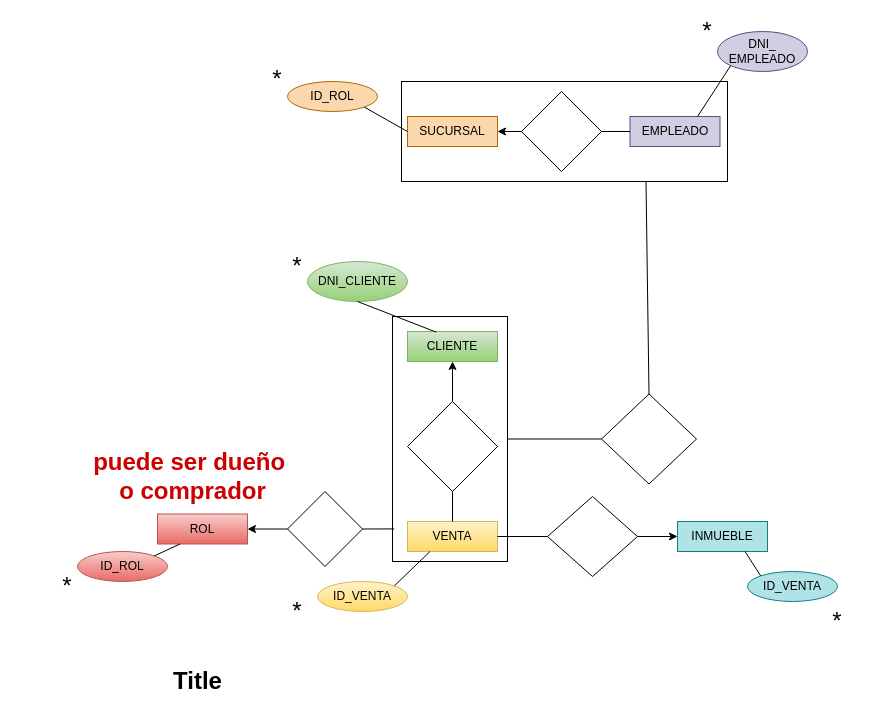
Before: INMUEBLE.drawio in hachazo/db-Tp1, a draw.io diagram. Source tidied: cells renumbered, new cells numbered last; positions are measured from the earlier drawing's top-left corner, leaving out a move shared by most shapes. Both pictures are drawn from the tidied source at 100%, with x=0, y=0 at pixel (37, 21).
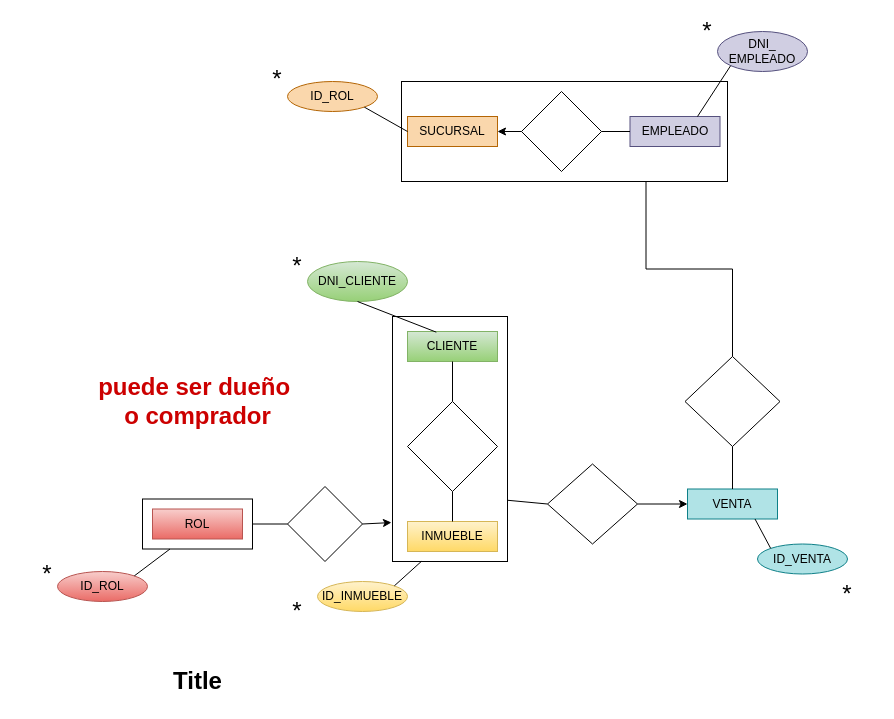
The same diagram, later.

The change refers to these unchanged cells:
```xml
<mxCell id="2" style="rounded=0;whiteSpace=wrap;html=1;" parent="1" vertex="1">
  <mxGeometry x="364" y="60" width="326" height="100" as="geometry" />
</mxCell>
<mxCell id="3" style="rounded=0;whiteSpace=wrap;html=1;" parent="1" vertex="1">
  <mxGeometry x="355" y="295" width="115" height="245" as="geometry" />
</mxCell>
<mxCell id="4" value="&lt;font color=&quot;#000000&quot;&gt;CLIENTE&lt;/font&gt;" style="rounded=0;whiteSpace=wrap;html=1;fillColor=#d5e8d4;strokeColor=#82b366;gradientColor=#97d077;" parent="1" vertex="1">
  <mxGeometry x="370" y="310" width="90" height="30" as="geometry" />
</mxCell>
<mxCell id="6" style="rhombus;whiteSpace=wrap;html=1;" parent="1" vertex="1">
  <mxGeometry x="370" y="380" width="90" height="90" as="geometry" />
</mxCell>
```

The edit, as a diff of the source:
```diff
@@
+    <mxCell id="45" style="rounded=0;whiteSpace=wrap;html=1;direction=south;" parent="1" vertex="1">
+      <mxGeometry x="105" y="477.5" width="110" height="50" as="geometry" />
+    </mxCell>
@@
-    <mxCell id="5" value="&lt;font color=&quot;#000000&quot;&gt;VENTA&lt;/font&gt;" style="rounded=0;whiteSpace=wrap;html=1;fillColor=#fff2cc;strokeColor=#d6b656;gradientColor=#ffd966;" parent="1" vertex="1">
+    <mxCell id="5" value="&lt;font color=&quot;#000000&quot;&gt;INMUEBLE&lt;/font&gt;" style="rounded=0;whiteSpace=wrap;html=1;fillColor=#fff2cc;strokeColor=#d6b656;gradientColor=#ffd966;" parent="1" vertex="1">
       <mxGeometry x="370" y="500" width="90" height="30" as="geometry" />
     </mxCell>
@@
-    <mxCell id="8" style="endArrow=classic;html=1;rounded=0;entryX=0.5;entryY=1;entryDx=0;entryDy=0;" parent="1" edge="1" source="6" target="4">
-      <mxGeometry relative="1" as="geometry" />
-    </mxCell>
-    <mxCell id="9" value="&lt;font color=&quot;#000000&quot;&gt;INMUEBLE&lt;/font&gt;" style="rounded=0;whiteSpace=wrap;html=1;fillColor=#b0e3e6;strokeColor=#0e8088;" parent="1" vertex="1">
-      <mxGeometry x="640" y="500" width="90" height="30" as="geometry" />
+    <mxCell id="9" value="&lt;font color=&quot;#000000&quot;&gt;VENTA&lt;/font&gt;" style="rounded=0;whiteSpace=wrap;html=1;fillColor=#b0e3e6;strokeColor=#0e8088;" parent="1" vertex="1">
+      <mxGeometry x="650" y="467.5" width="90" height="30" as="geometry" />
     </mxCell>
     <mxCell id="10" style="rhombus;whiteSpace=wrap;html=1;" parent="1" vertex="1">
-      <mxGeometry x="510" y="475" width="90" height="80" as="geometry" />
+      <mxGeometry x="510" y="442.5" width="90" height="80" as="geometry" />
     </mxCell>
@@
     <mxCell id="17" style="rhombus;whiteSpace=wrap;html=1;" parent="1" vertex="1">
-      <mxGeometry x="250" y="470" width="75" height="75" as="geometry" />
+      <mxGeometry x="250" y="465" width="75" height="75" as="geometry" />
     </mxCell>
     <mxCell id="18" value="&lt;font color=&quot;#000000&quot;&gt;ROL&lt;/font&gt;" style="rounded=0;whiteSpace=wrap;html=1;fillColor=#f8cecc;strokeColor=#b85450;gradientColor=#ea6b66;" parent="1" vertex="1">
-      <mxGeometry x="120" y="492.5" width="90" height="30" as="geometry" />
+      <mxGeometry x="115" y="487.5" width="90" height="30" as="geometry" />
     </mxCell>
-    <mxCell id="19" style="endArrow=none;html=1;rounded=0;exitX=1;exitY=0.5;exitDx=0;exitDy=0;entryX=0;entryY=0.5;entryDx=0;entryDy=0;" parent="1" edge="1" source="5" target="10">
-      <mxGeometry relative="1" as="geometry" />
-    </mxCell>
-    <mxCell id="20" style="endArrow=classic;html=1;rounded=0;entryX=1;entryY=0.5;entryDx=0;entryDy=0;exitX=0;exitY=0.5;exitDx=0;exitDy=0;" parent="1" edge="1" source="17" target="18">
-      <mxGeometry relative="1" as="geometry" />
-    </mxCell>
-    <mxCell id="21" style="endArrow=none;html=1;rounded=0;entryX=0.014;entryY=0.867;entryDx=0;entryDy=0;entryPerimeter=0;exitX=1;exitY=0.5;exitDx=0;exitDy=0;" parent="1" edge="1" source="17" target="3">
-      <mxGeometry relative="1" as="geometry" />
-    </mxCell>
     <mxCell id="22" value="&lt;font color=&quot;#cc0000&quot;&gt;puede ser dueño&amp;nbsp;&lt;/font&gt;&lt;div&gt;&lt;font color=&quot;#cc0000&quot;&gt;o comprador&lt;/font&gt;&lt;/div&gt;" style="text;strokeColor=none;fillColor=none;html=1;fontSize=24;fontStyle=1;verticalAlign=middle;align=center;" parent="1" vertex="1">
-      <mxGeometry x="50" y="435" width="210" height="40" as="geometry" />
+      <mxGeometry x="55" y="360" width="210" height="40" as="geometry" />
     </mxCell>
     <mxCell id="23" style="rhombus;whiteSpace=wrap;html=1;" parent="1" vertex="1">
-      <mxGeometry x="564" y="372.5" width="95" height="90" as="geometry" />
+      <mxGeometry x="647.5" y="335" width="95" height="90" as="geometry" />
     </mxCell>
-    <mxCell id="24" style="endArrow=none;html=1;rounded=0;entryX=0;entryY=0.5;entryDx=0;entryDy=0;exitX=1;exitY=0.5;exitDx=0;exitDy=0;" parent="1" edge="1" source="3" target="23">
+    <mxCell id="24" style="endArrow=none;html=1;rounded=0;entryX=0.5;entryY=1;entryDx=0;entryDy=0;exitX=0.5;exitY=0;exitDx=0;exitDy=0;" parent="1" edge="1" source="9" target="23">
       <mxGeometry relative="1" as="geometry" />
     </mxCell>
-    <mxCell id="25" style="endArrow=none;html=1;rounded=0;entryX=0.75;entryY=1;entryDx=0;entryDy=0;exitX=0.5;exitY=0;exitDx=0;exitDy=0;" parent="1" edge="1" source="23" target="2">
+    <mxCell id="25" style="endArrow=none;html=1;rounded=0;entryX=0.75;entryY=1;entryDx=0;entryDy=0;exitX=0.5;exitY=0;exitDx=0;exitDy=0;edgeStyle=orthogonalEdgeStyle;" parent="1" edge="1" source="23" target="2">
       <mxGeometry relative="1" as="geometry" />
     </mxCell>
@@
-    <mxCell id="30" value="&lt;font color=&quot;#000000&quot;&gt;ID_VENTA&lt;/font&gt;" style="ellipse;whiteSpace=wrap;html=1;fillColor=#fff2cc;strokeColor=#d6b656;gradientColor=#ffd966;" parent="1" vertex="1">
+    <mxCell id="30" value="&lt;font color=&quot;#000000&quot;&gt;ID_INMUEBLE&lt;/font&gt;" style="ellipse;whiteSpace=wrap;html=1;fillColor=#fff2cc;strokeColor=#d6b656;gradientColor=#ffd966;" parent="1" vertex="1">
       <mxGeometry x="280" y="560" width="90" height="30" as="geometry" />
     </mxCell>
@@
-    <mxCell id="32" style="endArrow=none;html=1;rounded=0;exitX=1;exitY=0;exitDx=0;exitDy=0;entryX=0.25;entryY=1;entryDx=0;entryDy=0;" parent="1" edge="1" source="30" target="5">
+    <mxCell id="32" style="endArrow=none;html=1;rounded=0;exitX=1;exitY=0;exitDx=0;exitDy=0;entryX=0.25;entryY=1;entryDx=0;entryDy=0;" parent="1" edge="1" source="30" target="3">
       <mxGeometry relative="1" as="geometry" />
     </mxCell>
     <mxCell id="33" value="&lt;font color=&quot;#000000&quot;&gt;ID_ROL&lt;/font&gt;" style="ellipse;whiteSpace=wrap;html=1;fillColor=#f8cecc;strokeColor=#b85450;gradientColor=#ea6b66;" parent="1" vertex="1">
-      <mxGeometry x="40" y="530" width="90" height="30" as="geometry" />
+      <mxGeometry x="20" y="550" width="90" height="30" as="geometry" />
     </mxCell>
     <mxCell id="34" value="&lt;font style=&quot;font-size: 24px;&quot;&gt;*&lt;/font&gt;" style="text;html=1;align=center;verticalAlign=middle;whiteSpace=wrap;rounded=0;" parent="1" vertex="1">
-      <mxGeometry y="555" width="60" height="20" as="geometry" />
+      <mxGeometry x="-20" y="542.5" width="60" height="20" as="geometry" />
     </mxCell>
-    <mxCell id="35" style="endArrow=none;html=1;rounded=0;entryX=0.25;entryY=1;entryDx=0;entryDy=0;exitX=1;exitY=0;exitDx=0;exitDy=0;" parent="1" edge="1" source="33" target="18">
+    <mxCell id="35" style="endArrow=none;html=1;rounded=0;entryX=1;entryY=0.75;entryDx=0;entryDy=0;exitX=1;exitY=0;exitDx=0;exitDy=0;" parent="1" edge="1" source="33" target="45">
       <mxGeometry relative="1" as="geometry" />
     </mxCell>
     <mxCell id="36" value="&lt;font color=&quot;#000000&quot;&gt;ID_VENTA&lt;/font&gt;" style="ellipse;whiteSpace=wrap;html=1;fillColor=#b0e3e6;strokeColor=#0e8088;" parent="1" vertex="1">
-      <mxGeometry x="710" y="550" width="90" height="30" as="geometry" />
+      <mxGeometry x="720" y="522.5" width="90" height="30" as="geometry" />
     </mxCell>
     <mxCell id="37" value="&lt;font style=&quot;font-size: 24px;&quot;&gt;*&lt;/font&gt;" style="text;html=1;align=center;verticalAlign=middle;whiteSpace=wrap;rounded=0;" parent="1" vertex="1">
-      <mxGeometry x="770" y="590" width="60" height="20" as="geometry" />
+      <mxGeometry x="780" y="562.5" width="60" height="20" as="geometry" />
     </mxCell>
@@
+    <mxCell id="46" style="endArrow=none;html=1;rounded=0;entryX=0.5;entryY=0;entryDx=0;entryDy=0;exitX=0.5;exitY=1;exitDx=0;exitDy=0;" parent="1" edge="1" source="4" target="6">
+      <mxGeometry relative="1" as="geometry" />
+    </mxCell>
+    <mxCell id="47" style="endArrow=none;html=1;rounded=0;entryX=0;entryY=0.5;entryDx=0;entryDy=0;exitX=1;exitY=0.75;exitDx=0;exitDy=0;" parent="1" edge="1" source="3" target="10">
+      <mxGeometry relative="1" as="geometry" />
+    </mxCell>
+    <mxCell id="21" style="endArrow=classic;html=1;rounded=0;entryX=-0.009;entryY=0.841;entryDx=0;entryDy=0;entryPerimeter=0;exitX=1;exitY=0.5;exitDx=0;exitDy=0;" parent="1" edge="1" source="17" target="3">
+      <mxGeometry relative="1" as="geometry" />
+    </mxCell>
+    <mxCell id="48" style="endArrow=none;html=1;rounded=0;entryX=0;entryY=0.5;entryDx=0;entryDy=0;exitX=0.5;exitY=0;exitDx=0;exitDy=0;" parent="1" edge="1" source="45" target="17">
+      <mxGeometry relative="1" as="geometry" />
+    </mxCell>
```
